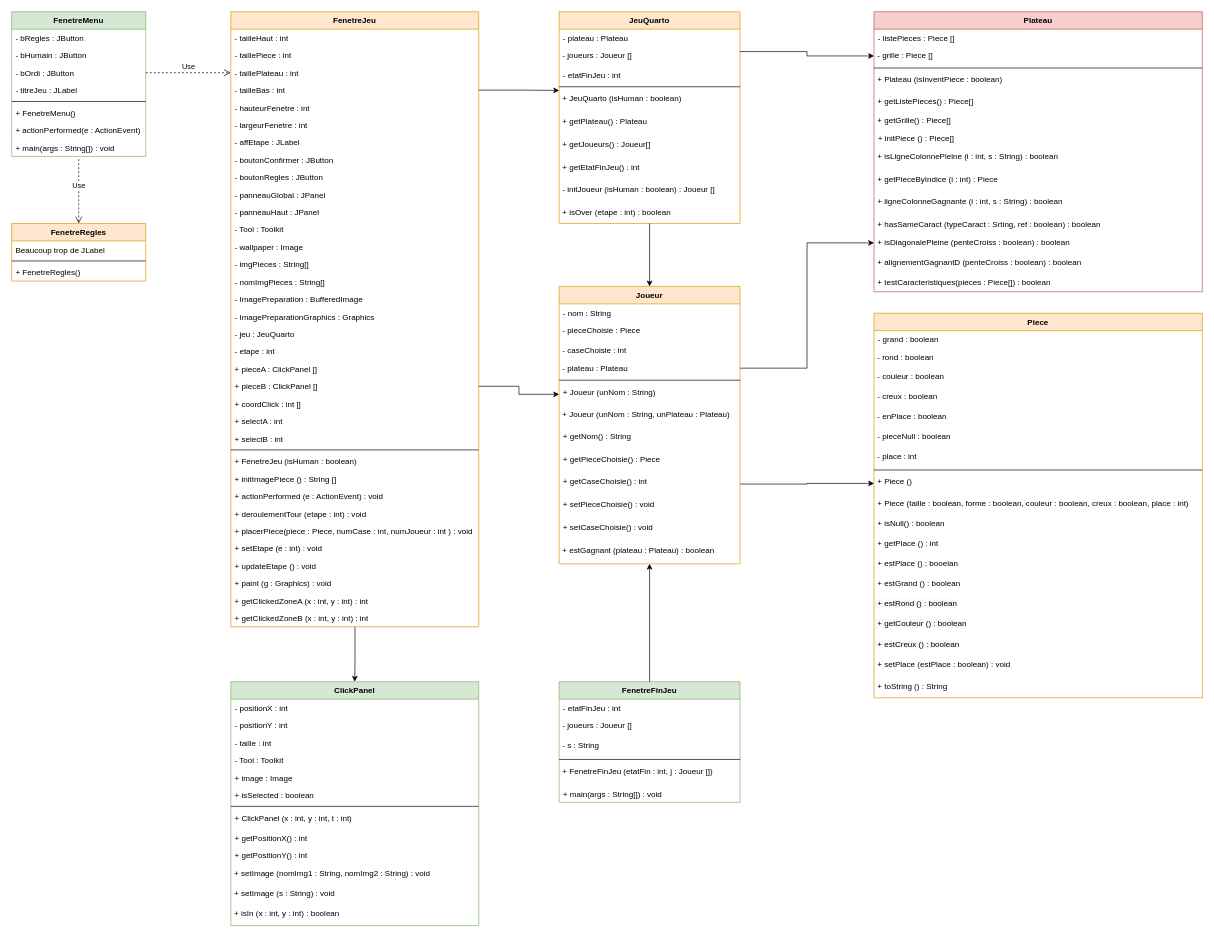
This is quartoUML.drawio from Rolgarel/Quarto, a draw.io file, before an edit. Source tidied: cells renumbered, new cells numbered last; positions are measured from the earlier drawing's top-left corner, leaving out a move shared by most shapes. Both pictures are drawn from the tidied source at 67%, with x=0, y=0 at pixel (11, 11).
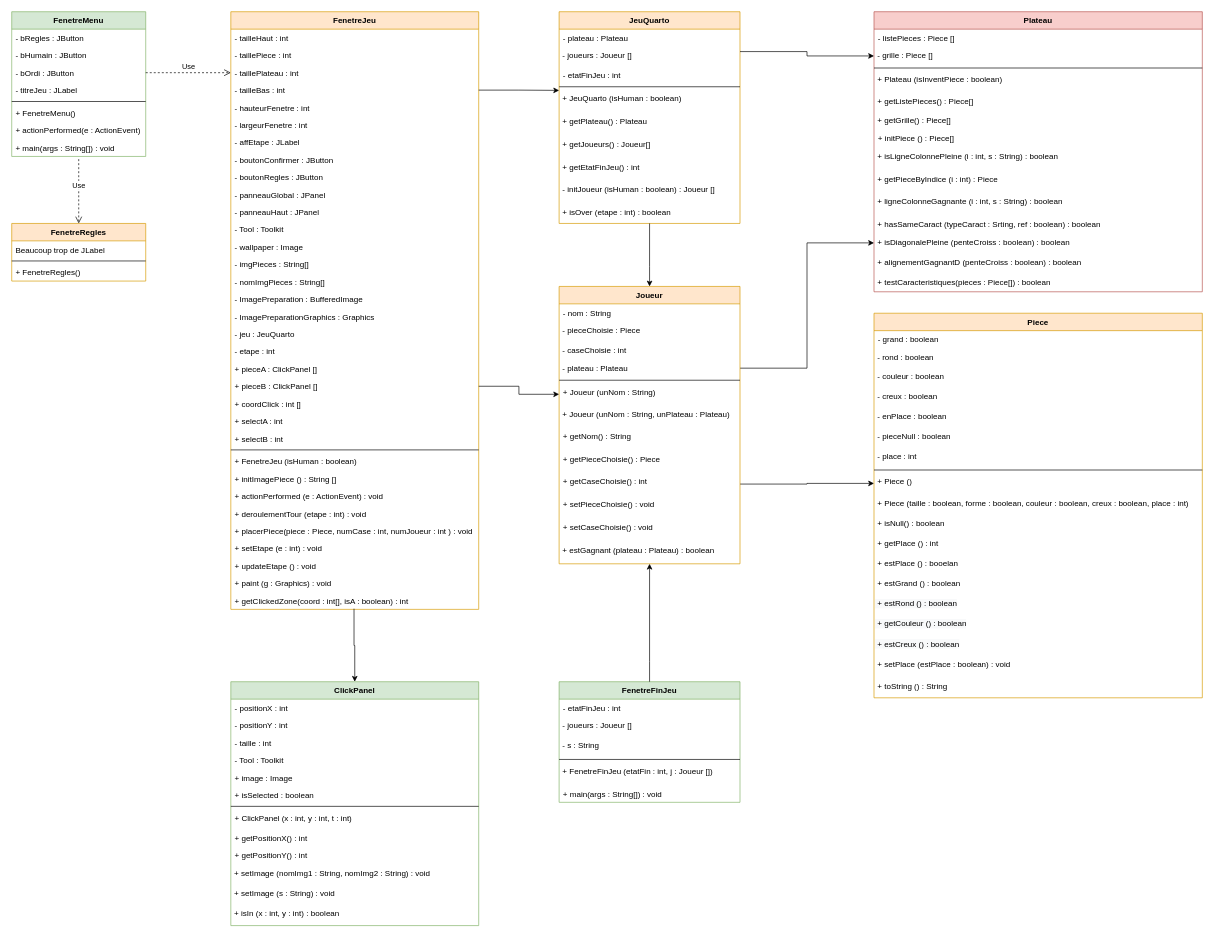
The same diagram, later.

Unchanged cells that the change refers to:
```xml
<mxCell id="104" value="ClickPanel" style="swimlane;fontStyle=1;align=center;verticalAlign=top;horizontal=1;startSize=26;fillColor=#d5e8d4;strokeColor=#82b366;" parent="1" vertex="1">
  <mxGeometry x="327" y="1000" width="370" height="364" as="geometry" />
</mxCell>
```

Diff of the diagram source:
```diff
@@
     <mxCell id="2" value="FenetreJeu" style="swimlane;fontStyle=1;align=center;verticalAlign=top;horizontal=1;startSize=26;fillColor=#ffe6cc;strokeColor=#d79b00;" parent="1" vertex="1">
-      <mxGeometry x="327" width="370" height="918" as="geometry" />
+      <mxGeometry x="327" width="370" height="892" as="geometry" />
     </mxCell>
@@
-    <mxCell id="36" value="+ getClickedZoneA (x : int, y : int) : int" style="text;strokeColor=none;fillColor=none;align=left;verticalAlign=top;spacingLeft=4;spacingRight=4;overflow=hidden;points=[[0,0.5],[1,0.5]];portConstraint=eastwest;" parent="2" vertex="1">
+    <mxCell id="36" value="+ getClickedZone(coord : int[], isA : boolean) : int" style="text;strokeColor=none;fillColor=none;align=left;verticalAlign=top;spacingLeft=4;spacingRight=4;overflow=hidden;points=[[0,0.5],[1,0.5]];portConstraint=eastwest;" parent="2" vertex="1">
       <mxGeometry y="866" width="370" height="26" as="geometry" />
     </mxCell>
-    <mxCell id="37" value="+ getClickedZoneB (x : int, y : int) : int" style="text;strokeColor=none;fillColor=none;align=left;verticalAlign=top;spacingLeft=4;spacingRight=4;overflow=hidden;points=[[0,0.5],[1,0.5]];portConstraint=eastwest;" parent="2" vertex="1">
-      <mxGeometry y="892" width="370" height="26" as="geometry" />
-    </mxCell>
@@
-    <mxCell id="122" style="edgeStyle=orthogonalEdgeStyle;rounded=0;jettySize=auto;html=1;exitX=0.501;exitY=1.021;exitDx=0;exitDy=0;entryX=0.5;entryY=0;entryDx=0;entryDy=0;startArrow=none;exitPerimeter=0;" parent="1" edge="1" source="37" target="104">
+    <mxCell id="122" style="edgeStyle=orthogonalEdgeStyle;rounded=0;jettySize=auto;html=1;exitX=0.497;exitY=0.962;exitDx=0;exitDy=0;entryX=0.5;entryY=0;entryDx=0;entryDy=0;startArrow=none;exitPerimeter=0;" parent="1" edge="1" source="36" target="104">
       <mxGeometry relative="1" as="geometry" />
     </mxCell>
```
